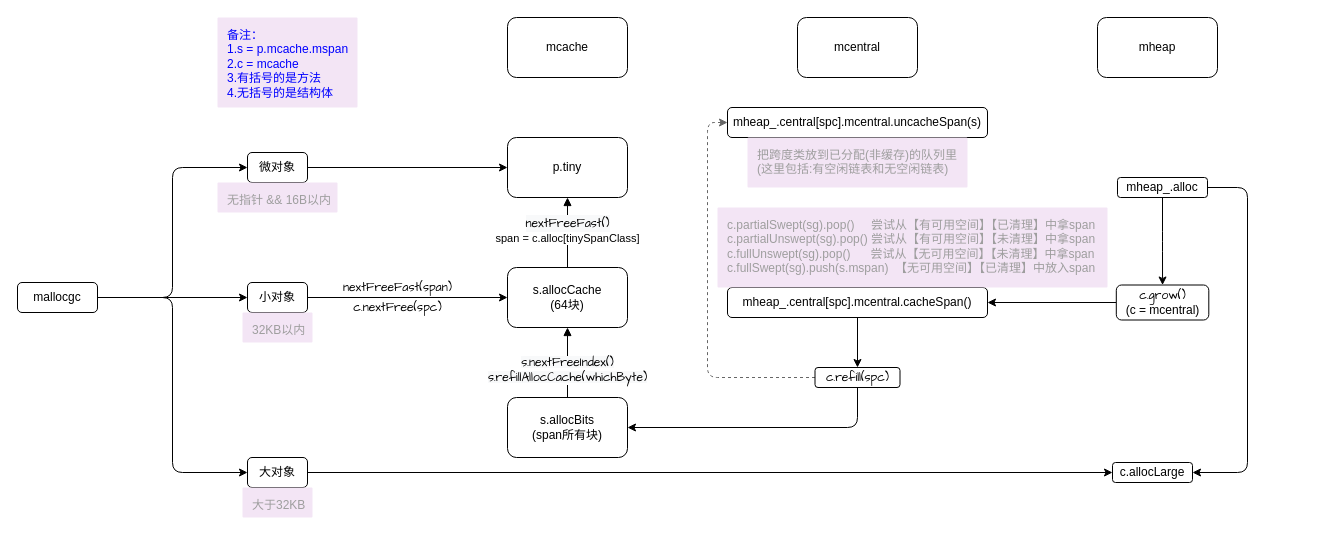
Above: book/src/内存分配流程.drawio in fire1220/annotation-go1.23.5 (draw.io), before the change. Source tidied: cells renumbered, new cells numbered last; positions are measured from the earlier drawing's top-left corner, leaving out a move shared by most shapes. Both pictures are drawn from the tidied source at 100%, with x=0, y=0 at pixel (17, 17).
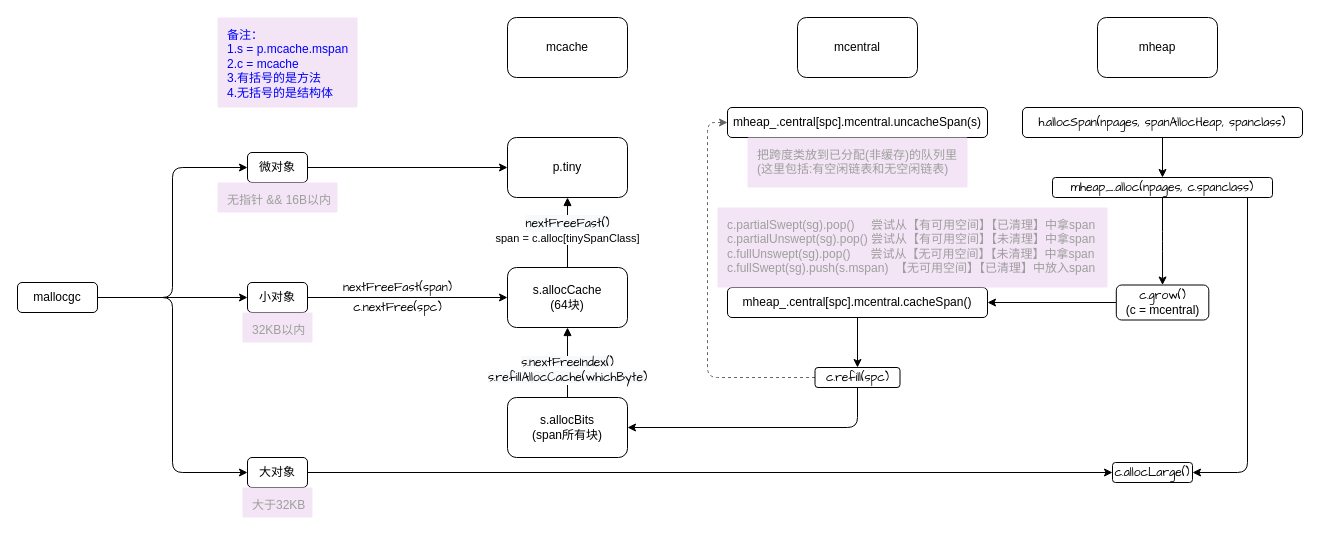
Above is the later version.

Commit message (it also covers changes not shown here):
大对象分配

What changed in the source:
```diff
@@
-    <mxCell id="22" style="edgeStyle=orthogonalEdgeStyle;rounded=1;jettySize=auto;html=1;entryX=1;entryY=0.5;entryDx=0;entryDy=0;strokeColor=#000000;" parent="1" edge="1" source="23" target="30">
+    <mxCell id="22" style="edgeStyle=orthogonalEdgeStyle;rounded=1;jettySize=auto;html=1;entryX=1;entryY=0.5;entryDx=0;entryDy=0;strokeColor=#000000;" parent="1" edge="1" target="30">
       <mxGeometry relative="1" as="geometry">
+        <mxPoint x="1230" y="200" as="sourcePoint" />
         <Array as="points">
           <mxPoint x="1230" y="170" />
           <mxPoint x="1230" y="455" />
         </Array>
       </mxGeometry>
     </mxCell>
-    <mxCell id="23" value="mheap_.alloc" style="rounded=1;whiteSpace=wrap;html=1;" parent="1" vertex="1">
-      <mxGeometry x="1100" y="160" width="90" height="20" as="geometry" />
+    <mxCell id="23" value="&lt;font face=&quot;Comic Sans MS&quot;&gt;mheap_.alloc(npages, c.spanclass)&lt;/font&gt;" style="rounded=1;whiteSpace=wrap;html=1;" parent="1" vertex="1">
+      <mxGeometry x="1035" y="160" width="220" height="20" as="geometry" />
     </mxCell>
@@
-    <mxCell id="30" value="c.allocLarge" style="rounded=1;whiteSpace=wrap;html=1;" parent="1" vertex="1">
+    <mxCell id="30" value="&lt;font face=&quot;Comic Sans MS&quot;&gt;c.allocLarge()&lt;/font&gt;" style="rounded=1;whiteSpace=wrap;html=1;" parent="1" vertex="1">
       <mxGeometry x="1095" y="445" width="80" height="20" as="geometry" />
     </mxCell>
@@
+    <mxCell id="41" style="edgeStyle=orthogonalEdgeStyle;rounded=0;jettySize=auto;html=1;entryX=0.5;entryY=0;entryDx=0;entryDy=0;" parent="1" edge="1" source="42" target="23">
+      <mxGeometry relative="1" as="geometry" />
+    </mxCell>
+    <mxCell id="42" value="&lt;font face=&quot;Comic Sans MS&quot;&gt;h.allocSpan(npages, spanAllocHeap, spanclass)&lt;/font&gt;" style="rounded=1;whiteSpace=wrap;html=1;" parent="1" vertex="1">
+      <mxGeometry x="1005" y="90" width="280" height="30" as="geometry" />
+    </mxCell>
```
